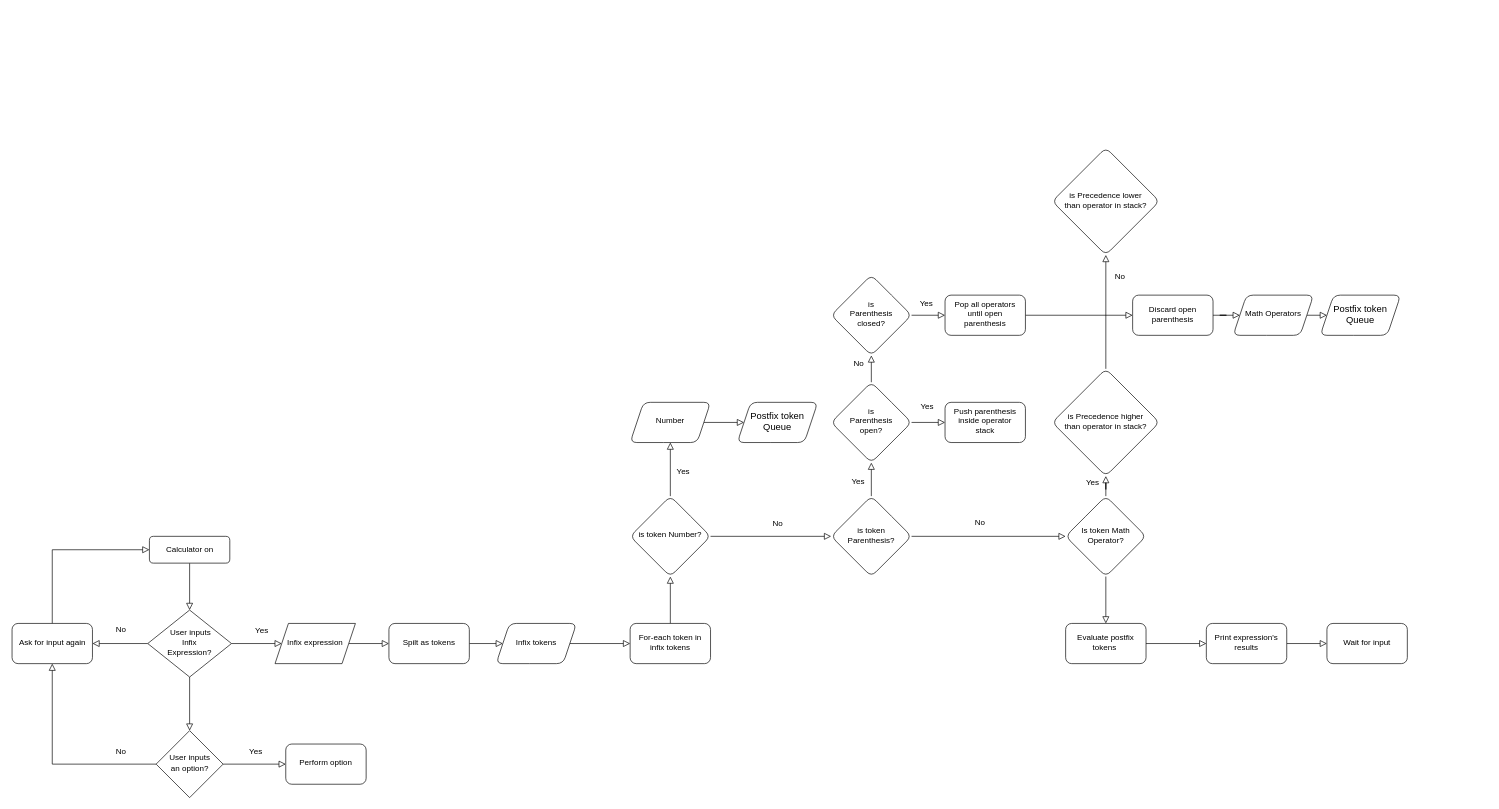
This is flowchart.drawio from SerioDmGuy/BasicCalculator, a draw.io file, before an edit. Source tidied: cells renumbered, new cells numbered last; positions are measured from the earlier drawing's top-left corner, leaving out a move shared by most shapes. Both pictures are drawn from the tidied source at 67%, with x=0, y=0 at pixel (12, 147).
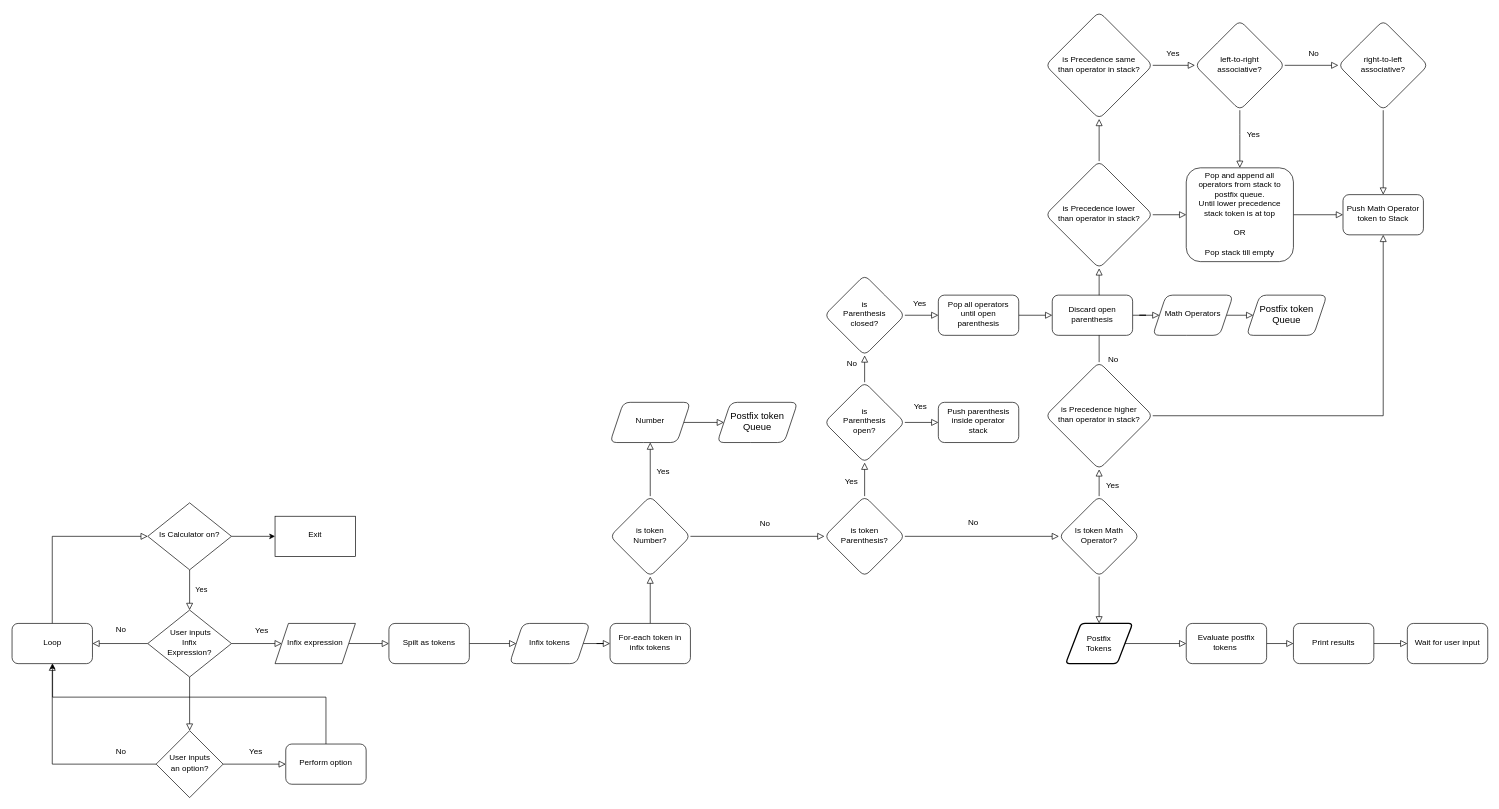
Above is the later version.

Unchanged cells that the change refers to:
```xml
<mxCell id="6" value="&lt;font style=&quot;font-size: 12px&quot;&gt;&amp;nbsp;User inputs&lt;br&gt;Infix &lt;br&gt;Expression?&lt;/font&gt;" style="rhombus;whiteSpace=wrap;html=1;shadow=0;fontFamily=Helvetica;fontSize=12;align=center;strokeWidth=1;spacing=6;spacingTop=-4;" parent="1" vertex="1">
  <mxGeometry x="202" y="690" width="125" height="100" as="geometry" />
</mxCell>
<mxCell id="28" value="Perform option" style="rounded=1;whiteSpace=wrap;html=1;shadow=0;strokeWidth=1;spacing=6;spacingTop=-4;" parent="1" vertex="1">
  <mxGeometry x="408" y="890" width="120" height="60" as="geometry" />
</mxCell>
```

The edit, as a diff of the source:
```diff
@@
+    <mxCell id="54" style="edgeStyle=none;shape=connector;rounded=0;jettySize=auto;html=1;shadow=0;labelBackgroundColor=none;fontFamily=Helvetica;fontSize=12;fontColor=default;endArrow=block;endFill=0;endSize=8;strokeColor=default;strokeWidth=1;" parent="1" edge="1" source="56" target="58">
+      <mxGeometry relative="1" as="geometry" />
+    </mxCell>
+    <mxCell id="55" value="No" style="edgeLabel;html=1;align=center;verticalAlign=middle;fontSize=12;fontFamily=Helvetica;fontColor=default;" parent="54" vertex="1">
+      <mxGeometry x="0.47" y="1" relative="1" as="geometry">
+        <mxPoint x="21" y="98" as="offset" />
+      </mxGeometry>
+    </mxCell>
@@
-    <mxCell id="7" style="edgeStyle=orthogonalEdgeStyle;shape=connector;rounded=0;jettySize=auto;html=1;entryX=0.5;entryY=0;entryDx=0;entryDy=0;shadow=0;labelBackgroundColor=none;fontFamily=Helvetica;fontSize=11;fontColor=default;endArrow=block;endFill=0;endSize=8;strokeColor=default;strokeWidth=1;" parent="1" edge="1" source="8" target="6">
-      <mxGeometry relative="1" as="geometry" />
+    <mxCell id="7" value="Yes" style="edgeStyle=orthogonalEdgeStyle;shape=connector;rounded=0;jettySize=auto;html=1;entryX=0.5;entryY=0;entryDx=0;entryDy=0;shadow=0;labelBackgroundColor=none;fontFamily=Helvetica;fontSize=11;fontColor=default;endArrow=block;endFill=0;endSize=8;strokeColor=default;strokeWidth=1;" parent="1" edge="1" source="70" target="6">
+      <mxGeometry y="18" relative="1" as="geometry">
+        <mxPoint x="-1" as="offset" />
+      </mxGeometry>
     </mxCell>
-    <mxCell id="8" value="Calculator on" style="rounded=1;whiteSpace=wrap;html=1;fontSize=12;glass=0;strokeWidth=1;shadow=0;" parent="1" vertex="1">
-      <mxGeometry x="204.5" y="580" width="120" height="40" as="geometry" />
-    </mxCell>
@@
-    <mxCell id="11" style="shape=connector;rounded=0;jettySize=auto;html=1;entryX=0;entryY=0.5;entryDx=0;entryDy=0;shadow=0;labelBackgroundColor=none;fontFamily=Helvetica;fontSize=12;fontColor=default;endArrow=block;endFill=0;endSize=8;strokeColor=default;strokeWidth=1;exitX=0.5;exitY=0;exitDx=0;exitDy=0;edgeStyle=orthogonalEdgeStyle;" parent="1" edge="1" source="12" target="8">
+    <mxCell id="11" style="shape=connector;rounded=0;jettySize=auto;html=1;entryX=0;entryY=0.5;entryDx=0;entryDy=0;shadow=0;labelBackgroundColor=none;fontFamily=Helvetica;fontSize=12;fontColor=default;endArrow=block;endFill=0;endSize=8;strokeColor=default;strokeWidth=1;exitX=0.5;exitY=0;exitDx=0;exitDy=0;edgeStyle=orthogonalEdgeStyle;" parent="1" edge="1" source="12" target="70">
       <mxGeometry relative="1" as="geometry" />
     </mxCell>
-    <mxCell id="12" value="Ask for input again" style="rounded=1;whiteSpace=wrap;html=1;shadow=0;strokeWidth=1;spacing=6;spacingTop=-4;" parent="1" vertex="1">
+    <mxCell id="12" value="Loop" style="rounded=1;whiteSpace=wrap;html=1;shadow=0;strokeWidth=1;spacing=6;spacingTop=-4;" parent="1" vertex="1">
       <mxGeometry x="-0.5" y="710" width="120" height="60" as="geometry" />
     </mxCell>
@@
     <mxCell id="14" value="&lt;span&gt;For-each&amp;nbsp;token in infix tokens&lt;/span&gt;" style="rounded=1;whiteSpace=wrap;html=1;shadow=0;strokeWidth=1;spacing=6;spacingTop=-4;" parent="1" vertex="1">
-      <mxGeometry x="922" y="710" width="120" height="60" as="geometry" />
+      <mxGeometry x="892" y="710" width="120" height="60" as="geometry" />
     </mxCell>
@@
-    <mxCell id="18" style="edgeStyle=none;shape=connector;rounded=0;jettySize=auto;html=1;entryX=0.5;entryY=0;entryDx=0;entryDy=0;shadow=0;labelBackgroundColor=none;fontFamily=Helvetica;fontSize=12;fontColor=default;endArrow=block;endFill=0;endSize=8;strokeColor=default;strokeWidth=1;" parent="1" edge="1" source="19" target="60">
+    <mxCell id="18" style="edgeStyle=none;shape=connector;rounded=0;jettySize=auto;html=1;shadow=0;labelBackgroundColor=none;fontFamily=Helvetica;fontSize=12;fontColor=default;endArrow=block;endFill=0;endSize=8;strokeColor=default;strokeWidth=1;" parent="1" edge="1" source="19" target="73">
       <mxGeometry relative="1" as="geometry" />
     </mxCell>
     <mxCell id="19" value="Is token Math Operator?" style="rhombus;whiteSpace=wrap;html=1;rounded=1;shadow=0;strokeWidth=1;spacing=6;spacingTop=-4;" parent="1" vertex="1">
-      <mxGeometry x="1572" y="520" width="120" height="120" as="geometry" />
+      <mxGeometry x="1562" y="520" width="120" height="120" as="geometry" />
     </mxCell>
@@
     <mxCell id="22" value="is token&lt;br&gt;Parenthesis?" style="rhombus;whiteSpace=wrap;html=1;rounded=1;shadow=0;strokeWidth=1;spacing=6;spacingTop=-4;direction=south;" parent="1" vertex="1">
-      <mxGeometry x="1222" y="520" width="120" height="120" as="geometry" />
+      <mxGeometry x="1212" y="520" width="120" height="120" as="geometry" />
     </mxCell>
@@
+    <mxCell id="64" style="edgeStyle=orthogonalEdgeStyle;rounded=0;jettySize=auto;html=1;" parent="1" edge="1" source="28" target="12">
+      <mxGeometry relative="1" as="geometry">
+        <Array as="points">
+          <mxPoint x="468" y="820" />
+          <mxPoint x="60" y="820" />
+        </Array>
+      </mxGeometry>
+    </mxCell>
@@
-    <mxCell id="31" value="is token Number?" style="rhombus;whiteSpace=wrap;html=1;rounded=1;shadow=0;strokeWidth=1;spacing=6;spacingTop=-4;direction=south;" parent="1" vertex="1">
-      <mxGeometry x="922" y="520" width="120" height="120" as="geometry" />
+    <mxCell id="31" value="is token &lt;br&gt;Number?" style="rhombus;whiteSpace=wrap;html=1;rounded=1;shadow=0;strokeWidth=1;spacing=6;spacingTop=-4;direction=south;" parent="1" vertex="1">
+      <mxGeometry x="892" y="520" width="120" height="120" as="geometry" />
     </mxCell>
@@
     <mxCell id="36" value="is&lt;br&gt;Parenthesis &lt;br&gt;open?" style="rhombus;whiteSpace=wrap;html=1;rounded=1;shadow=0;strokeWidth=1;spacing=6;spacingTop=-4;direction=south;" parent="1" vertex="1">
-      <mxGeometry x="1222" y="350" width="120" height="120" as="geometry" />
+      <mxGeometry x="1212" y="350" width="120" height="120" as="geometry" />
     </mxCell>
@@
     <mxCell id="39" value="is&lt;br&gt;Parenthesis &lt;br&gt;closed?" style="rhombus;whiteSpace=wrap;html=1;rounded=1;shadow=0;strokeWidth=1;spacing=6;spacingTop=-4;direction=south;" parent="1" vertex="1">
-      <mxGeometry x="1222" y="190" width="120" height="120" as="geometry" />
+      <mxGeometry x="1212" y="190" width="120" height="120" as="geometry" />
     </mxCell>
     <mxCell id="40" value="Push parenthesis inside operator stack" style="whiteSpace=wrap;html=1;rounded=1;shadow=0;strokeWidth=1;spacing=6;spacingTop=-4;" parent="1" vertex="1">
-      <mxGeometry x="1392" y="380" width="120" height="60" as="geometry" />
+      <mxGeometry x="1382" y="380" width="120" height="60" as="geometry" />
     </mxCell>
@@
     <mxCell id="42" value="Pop all operators until open parenthesis" style="whiteSpace=wrap;html=1;rounded=1;shadow=0;strokeWidth=1;spacing=6;spacingTop=-4;" parent="1" vertex="1">
-      <mxGeometry x="1392" y="220" width="120" height="60" as="geometry" />
+      <mxGeometry x="1382" y="220" width="120" height="60" as="geometry" />
     </mxCell>
@@
     <mxCell id="44" value="Math Operators" style="shape=parallelogram;perimeter=parallelogramPerimeter;whiteSpace=wrap;html=1;fixedSize=1;rounded=1;shadow=0;strokeWidth=1;spacing=6;spacingTop=-4;" parent="1" vertex="1">
-      <mxGeometry x="1822" y="220" width="120" height="60" as="geometry" />
+      <mxGeometry x="1702" y="220" width="120" height="60" as="geometry" />
     </mxCell>
@@
     <mxCell id="46" value="Discard open parenthesis" style="whiteSpace=wrap;html=1;rounded=1;shadow=0;strokeWidth=1;spacing=6;spacingTop=-4;" parent="1" vertex="1">
-      <mxGeometry x="1672" y="220" width="120" height="60" as="geometry" />
+      <mxGeometry x="1552" y="220" width="120" height="60" as="geometry" />
     </mxCell>
@@
     <mxCell id="48" value="Number" style="shape=parallelogram;perimeter=parallelogramPerimeter;whiteSpace=wrap;html=1;fixedSize=1;rounded=1;shadow=0;strokeWidth=1;spacing=6;spacingTop=-4;" parent="1" vertex="1">
-      <mxGeometry x="922" y="380" width="120" height="60" as="geometry" />
+      <mxGeometry x="892" y="380" width="120" height="60" as="geometry" />
     </mxCell>
     <mxCell id="49" value="&lt;font style=&quot;font-size: 14px&quot;&gt;Postfix token Queue&lt;/font&gt;" style="shape=parallelogram;perimeter=parallelogramPerimeter;whiteSpace=wrap;html=1;fixedSize=1;rounded=1;shadow=0;strokeWidth=1;spacing=6;spacingTop=-4;" parent="1" vertex="1">
-      <mxGeometry x="1082" y="380" width="120" height="60" as="geometry" />
+      <mxGeometry x="1052" y="380" width="120" height="60" as="geometry" />
     </mxCell>
@@
     <mxCell id="53" value="Infix tokens" style="shape=parallelogram;perimeter=parallelogramPerimeter;whiteSpace=wrap;html=1;fixedSize=1;rounded=1;shadow=0;strokeWidth=1;spacing=6;spacingTop=-4;" parent="1" vertex="1">
-      <mxGeometry x="722" y="710" width="120" height="60" as="geometry" />
+      <mxGeometry x="742" y="710" width="120" height="60" as="geometry" />
     </mxCell>
-    <mxCell id="54" style="edgeStyle=none;shape=connector;rounded=0;jettySize=auto;html=1;shadow=0;labelBackgroundColor=none;fontFamily=Helvetica;fontSize=12;fontColor=default;endArrow=block;endFill=0;endSize=8;strokeColor=default;strokeWidth=1;" parent="1" edge="1" source="56" target="58">
-      <mxGeometry relative="1" as="geometry" />
-    </mxCell>
-    <mxCell id="55" value="No" style="edgeLabel;html=1;align=center;verticalAlign=middle;fontSize=12;fontFamily=Helvetica;fontColor=default;" parent="54" vertex="1">
-      <mxGeometry x="0.47" y="1" relative="1" as="geometry">
-        <mxPoint x="21" y="-14" as="offset" />
-      </mxGeometry>
-    </mxCell>
+    <mxCell id="65" style="edgeStyle=orthogonalEdgeStyle;shape=connector;rounded=0;jettySize=auto;html=1;exitX=1;exitY=0.5;exitDx=0;exitDy=0;entryX=0.5;entryY=1;entryDx=0;entryDy=0;shadow=0;labelBackgroundColor=none;fontFamily=Helvetica;fontSize=12;fontColor=default;endArrow=block;endFill=0;endSize=8;strokeColor=default;strokeWidth=1;" parent="1" edge="1" source="56" target="77">
+      <mxGeometry relative="1" as="geometry" />
+    </mxCell>
     <mxCell id="56" value="is Precedence higher &lt;br&gt;than operator in stack?" style="rhombus;whiteSpace=wrap;html=1;rounded=1;shadow=0;strokeWidth=1;spacing=6;spacingTop=-4;" parent="1" vertex="1">
-      <mxGeometry x="1552" y="330" width="160" height="160" as="geometry" />
+      <mxGeometry x="1542" y="320" width="160" height="160" as="geometry" />
     </mxCell>
     <mxCell id="57" value="&lt;span style=&quot;font-size: 14px&quot;&gt;Postfix token Queue&lt;/span&gt;" style="shape=parallelogram;perimeter=parallelogramPerimeter;whiteSpace=wrap;html=1;fixedSize=1;rounded=1;shadow=0;strokeWidth=1;spacing=6;spacingTop=-4;" parent="1" vertex="1">
-      <mxGeometry x="1952" y="220" width="120" height="60" as="geometry" />
+      <mxGeometry x="1842" y="220" width="120" height="60" as="geometry" />
     </mxCell>
+    <mxCell id="66" style="edgeStyle=none;shape=connector;rounded=0;jettySize=auto;html=1;shadow=0;labelBackgroundColor=none;fontFamily=Helvetica;fontSize=12;fontColor=default;endArrow=block;endFill=0;endSize=8;strokeColor=default;strokeWidth=1;" parent="1" edge="1" source="58" target="76">
+      <mxGeometry relative="1" as="geometry" />
+    </mxCell>
+    <mxCell id="67" style="edgeStyle=none;shape=connector;rounded=0;jettySize=auto;html=1;exitX=0.5;exitY=0;exitDx=0;exitDy=0;shadow=0;labelBackgroundColor=none;fontFamily=Helvetica;fontSize=12;fontColor=default;endArrow=block;endFill=0;endSize=8;strokeColor=default;strokeWidth=1;" parent="1" edge="1" source="58" target="79">
+      <mxGeometry relative="1" as="geometry" />
+    </mxCell>
     <mxCell id="58" value="is Precedence lower&lt;br&gt;than operator in stack?" style="rhombus;whiteSpace=wrap;html=1;rounded=1;shadow=0;strokeWidth=1;spacing=6;spacingTop=-4;" parent="1" vertex="1">
-      <mxGeometry x="1552" width="160" height="160" as="geometry" />
+      <mxGeometry x="1542" y="20" width="160" height="160" as="geometry" />
     </mxCell>
@@
     <mxCell id="60" value="&lt;span&gt;Evaluate postfix tokens&amp;nbsp;&lt;/span&gt;" style="rounded=1;whiteSpace=wrap;html=1;shadow=0;strokeWidth=1;spacing=6;spacingTop=-4;" parent="1" vertex="1">
-      <mxGeometry x="1572" y="710" width="120" height="60" as="geometry" />
+      <mxGeometry x="1752" y="710" width="120" height="60" as="geometry" />
     </mxCell>
-    <mxCell id="61" style="edgeStyle=none;shape=connector;rounded=0;jettySize=auto;html=1;shadow=0;labelBackgroundColor=none;fontFamily=Helvetica;fontSize=12;fontColor=default;endArrow=block;endFill=0;endSize=8;strokeColor=default;strokeWidth=1;" parent="1" edge="1" source="62" target="63">
-      <mxGeometry relative="1" as="geometry" />
-    </mxCell>
+    <mxCell id="68" style="edgeStyle=none;shape=connector;rounded=0;jettySize=auto;html=1;shadow=0;labelBackgroundColor=none;fontFamily=Helvetica;fontSize=12;fontColor=default;endArrow=block;endFill=0;endSize=8;strokeColor=default;strokeWidth=1;" parent="1" edge="1" source="62" target="74">
+      <mxGeometry relative="1" as="geometry" />
+    </mxCell>
-    <mxCell id="62" value="&lt;span&gt;Print expression's results&lt;/span&gt;" style="rounded=1;whiteSpace=wrap;html=1;shadow=0;strokeWidth=1;spacing=6;spacingTop=-4;" parent="1" vertex="1">
-      <mxGeometry x="1782" y="710" width="120" height="60" as="geometry" />
+    <mxCell id="62" value="&lt;span&gt;Print results&lt;/span&gt;" style="rounded=1;whiteSpace=wrap;html=1;shadow=0;strokeWidth=1;spacing=6;spacingTop=-4;" parent="1" vertex="1">
+      <mxGeometry x="1912" y="710" width="120" height="60" as="geometry" />
     </mxCell>
-    <mxCell id="63" value="Wait for input" style="rounded=1;whiteSpace=wrap;html=1;shadow=0;strokeWidth=1;spacing=6;spacingTop=-4;" parent="1" vertex="1">
-      <mxGeometry x="1962" y="710" width="120" height="60" as="geometry" />
-    </mxCell>
+    <mxCell id="69" style="edgeStyle=orthogonalEdgeStyle;rounded=0;jettySize=auto;html=1;" parent="1" edge="1" source="70" target="71">
+      <mxGeometry relative="1" as="geometry" />
+    </mxCell>
+    <mxCell id="70" value="Is Calculator on?" style="rhombus;whiteSpace=wrap;html=1;shadow=0;fontFamily=Helvetica;fontSize=12;align=center;strokeWidth=1;spacing=6;spacingTop=-4;" parent="1" vertex="1">
+      <mxGeometry x="202" y="530" width="125" height="100" as="geometry" />
+    </mxCell>
+    <mxCell id="71" value="Exit" style="whiteSpace=wrap;html=1;shadow=0;strokeWidth=1;spacing=6;spacingTop=-4;" parent="1" vertex="1">
+      <mxGeometry x="392" y="550" width="120" height="60" as="geometry" />
+    </mxCell>
+    <mxCell id="72" style="edgeStyle=none;shape=connector;rounded=0;jettySize=auto;html=1;shadow=0;labelBackgroundColor=none;fontFamily=Helvetica;fontSize=12;fontColor=default;endArrow=block;endFill=0;endSize=8;strokeColor=default;strokeWidth=1;" parent="1" edge="1" source="73" target="60">
+      <mxGeometry relative="1" as="geometry" />
+    </mxCell>
+    <mxCell id="73" value="Postfix &lt;br&gt;Tokens" style="shape=parallelogram;html=1;strokeWidth=2;perimeter=parallelogramPerimeter;whiteSpace=wrap;rounded=1;arcSize=12;size=0.23;fontFamily=Helvetica;fontSize=12;fontColor=default;" parent="1" vertex="1">
+      <mxGeometry x="1572" y="710" width="100" height="60" as="geometry" />
+    </mxCell>
+    <mxCell id="74" value="Wait for user input" style="rounded=1;whiteSpace=wrap;html=1;shadow=0;strokeWidth=1;spacing=6;spacingTop=-4;" parent="1" vertex="1">
+      <mxGeometry x="2082" y="710" width="120" height="60" as="geometry" />
+    </mxCell>
+    <mxCell id="75" style="edgeStyle=none;shape=connector;rounded=0;jettySize=auto;html=1;shadow=0;labelBackgroundColor=none;fontFamily=Helvetica;fontSize=12;fontColor=default;endArrow=block;endFill=0;endSize=8;strokeColor=default;strokeWidth=1;" parent="1" edge="1" source="76" target="77">
+      <mxGeometry relative="1" as="geometry" />
+    </mxCell>
+    <mxCell id="76" value="Pop and append all operators from stack to postfix queue.&lt;br&gt;Until lower&amp;nbsp;precedence stack token is at top&lt;br&gt;&lt;br&gt;OR&lt;br&gt;&lt;br&gt;Pop stack till empty" style="whiteSpace=wrap;html=1;rounded=1;shadow=0;strokeWidth=1;spacing=6;spacingTop=-4;" parent="1" vertex="1">
+      <mxGeometry x="1752" y="30" width="160" height="140" as="geometry" />
+    </mxCell>
+    <mxCell id="77" value="Push Math Operator token to Stack" style="whiteSpace=wrap;html=1;rounded=1;shadow=0;strokeWidth=1;spacing=6;spacingTop=-4;" parent="1" vertex="1">
+      <mxGeometry x="1986" y="70" width="120" height="60" as="geometry" />
+    </mxCell>
+    <mxCell id="78" value="Yes" style="edgeStyle=orthogonalEdgeStyle;shape=connector;rounded=0;jettySize=auto;html=1;shadow=0;labelBackgroundColor=none;fontFamily=Helvetica;fontSize=12;fontColor=default;endArrow=block;endFill=0;endSize=8;strokeColor=default;strokeWidth=1;" parent="1" edge="1" source="79" target="82">
+      <mxGeometry x="-0.05" y="17" relative="1" as="geometry" />
+    </mxCell>
+    <mxCell id="79" value="is Precedence same&lt;br&gt;than operator in stack?" style="rhombus;whiteSpace=wrap;html=1;rounded=1;shadow=0;strokeWidth=1;spacing=6;spacingTop=-4;" parent="1" vertex="1">
+      <mxGeometry x="1542" y="-203" width="160" height="160" as="geometry" />
+    </mxCell>
+    <mxCell id="80" value="Yes" style="edgeStyle=orthogonalEdgeStyle;shape=connector;rounded=0;jettySize=auto;html=1;exitX=0.5;exitY=1;exitDx=0;exitDy=0;shadow=0;labelBackgroundColor=none;fontFamily=Helvetica;fontSize=12;fontColor=default;endArrow=block;endFill=0;endSize=8;strokeColor=default;strokeWidth=1;" parent="1" edge="1" source="82" target="76">
+      <mxGeometry x="-0.16" y="20" relative="1" as="geometry">
+        <Array as="points">
+          <mxPoint x="1832" y="-20" />
+          <mxPoint x="1832" y="-20" />
+        </Array>
+      </mxGeometry>
+    </mxCell>
+    <mxCell id="81" value="No" style="edgeStyle=orthogonalEdgeStyle;shape=connector;rounded=0;jettySize=auto;html=1;shadow=0;labelBackgroundColor=none;fontFamily=Helvetica;fontSize=12;fontColor=default;endArrow=block;endFill=0;endSize=8;strokeColor=default;strokeWidth=1;" parent="1" edge="1" source="82" target="84">
+      <mxGeometry x="0.07" y="17" relative="1" as="geometry" />
+    </mxCell>
+    <mxCell id="82" value="&lt;span&gt;left-to-right &lt;br&gt;associative?&lt;/span&gt;" style="rhombus;whiteSpace=wrap;html=1;rounded=1;shadow=0;strokeWidth=1;spacing=6;spacingTop=-4;" parent="1" vertex="1">
+      <mxGeometry x="1765" y="-190" width="134" height="134" as="geometry" />
+    </mxCell>
+    <mxCell id="83" style="edgeStyle=orthogonalEdgeStyle;shape=connector;rounded=0;jettySize=auto;html=1;exitX=0.5;exitY=1;exitDx=0;exitDy=0;shadow=0;labelBackgroundColor=none;fontFamily=Helvetica;fontSize=12;fontColor=default;endArrow=block;endFill=0;endSize=8;strokeColor=default;strokeWidth=1;" parent="1" edge="1" source="84" target="77">
+      <mxGeometry relative="1" as="geometry" />
+    </mxCell>
+    <mxCell id="84" value="&lt;span&gt;right-to-left&lt;br&gt;associative?&lt;/span&gt;" style="rhombus;whiteSpace=wrap;html=1;rounded=1;shadow=0;strokeWidth=1;spacing=6;spacingTop=-4;" parent="1" vertex="1">
+      <mxGeometry x="1979" y="-190" width="134" height="134" as="geometry" />
+    </mxCell>
```
